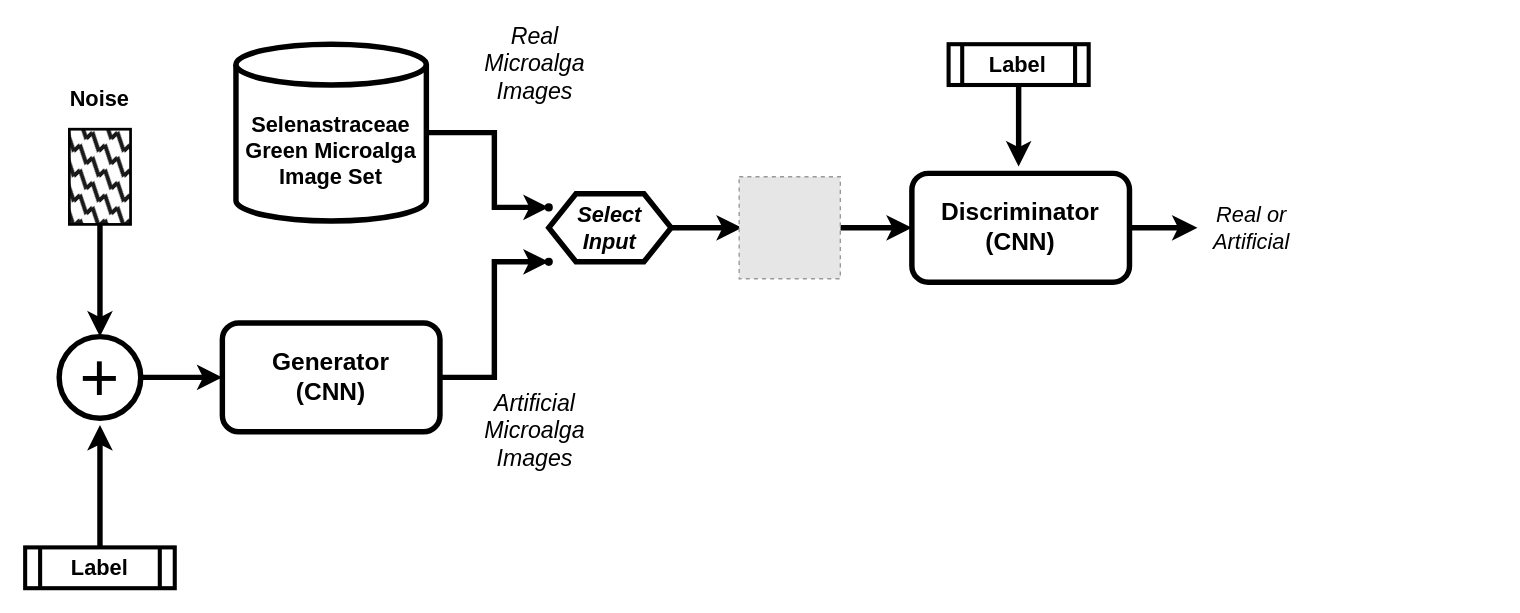
Earlier version of the draw.io diagram cgan.drawio (viniciusrpb/drawio_flowcharts). Source tidied: cells renumbered, new cells numbered last; positions are measured from the earlier drawing's top-left corner, leaving out a move shared by most shapes. Both pictures are drawn from the tidied source at 136%, with x=0, y=0 at pixel (24, 44). Pictures stored in the file or linked from it are replaced by grey dashed boxes.
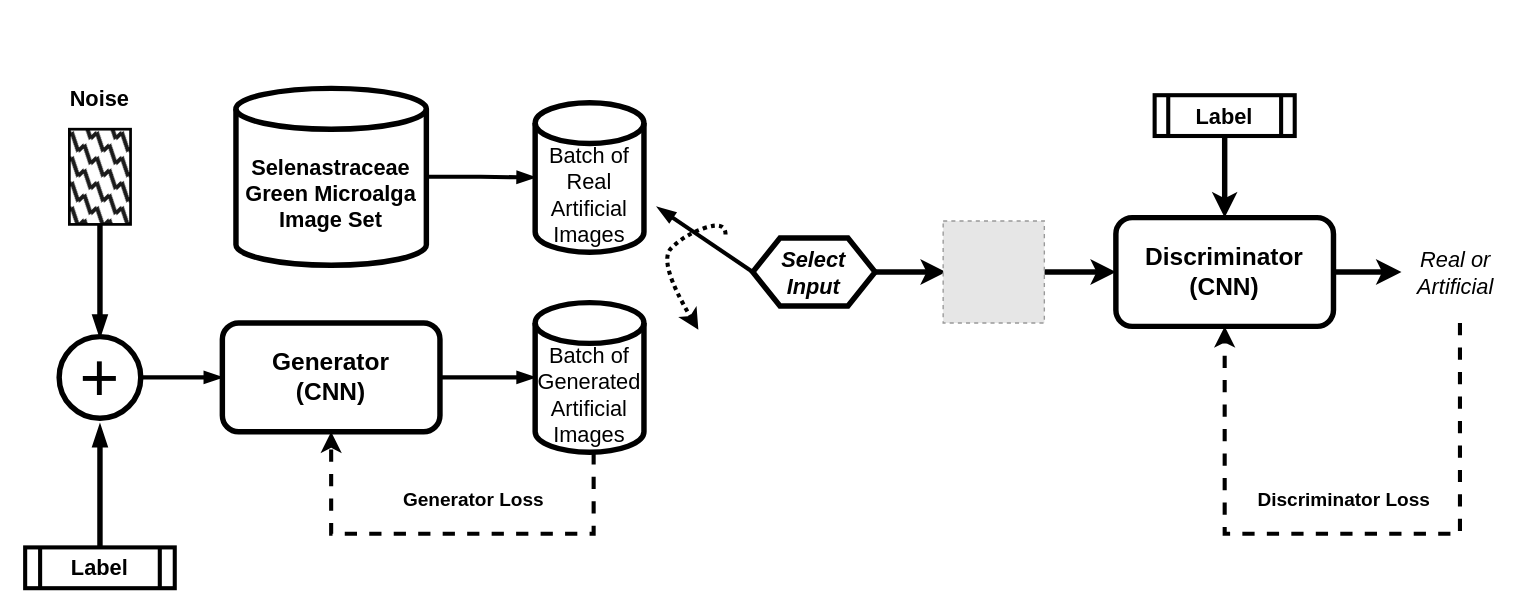
The same diagram, later.

The change refers to these unchanged cells:
```xml
<mxCell id="3" value="Generator&lt;div style=&quot;font-size: 18px;&quot;&gt;(CNN)&lt;/div&gt;" style="rounded=1;whiteSpace=wrap;html=1;fontSize=18;glass=0;strokeWidth=4;shadow=0;fontStyle=1;" parent="1" vertex="1">
  <mxGeometry x="145" y="205" width="160" height="80" as="geometry" />
</mxCell>
<mxCell id="7" style="rounded=0;whiteSpace=wrap;html=1;rotation=-90;strokeWidth=2;fillStyle=zigzag-line;gradientDirection=north;fillColor=#1A1A1A;" parent="1" vertex="1">
  <mxGeometry x="20" y="75" width="70" height="45" as="geometry" />
</mxCell>
<mxCell id="11" value="+" style="ellipse;whiteSpace=wrap;html=1;fontSize=50;strokeWidth=4;" parent="1" vertex="1">
  <mxGeometry x="25" y="215" width="60" height="60" as="geometry" />
</mxCell>
<mxCell id="18" value="Label" style="shape=process;whiteSpace=wrap;html=1;backgroundOutline=1;strokeWidth=3;fontSize=16;fontStyle=1;" parent="1" vertex="1">
  <mxGeometry y="370" width="110" height="30" as="geometry" />
</mxCell>
```

Change to the diagram source:
```diff
@@
-    <mxCell id="2" style="edgeStyle=orthogonalEdgeStyle;rounded=0;jettySize=auto;html=1;entryX=0;entryY=0.6;entryDx=0;entryDy=0;entryPerimeter=0;strokeWidth=4;" parent="1" edge="1" source="3" target="13">
-      <mxGeometry relative="1" as="geometry">
-        <Array as="points">
-          <mxPoint x="345" y="245" />
-          <mxPoint x="345" y="160" />
-        </Array>
-      </mxGeometry>
-    </mxCell>
@@
     <mxCell id="4" style="edgeStyle=orthogonalEdgeStyle;rounded=0;jettySize=auto;html=1;strokeWidth=4;" parent="1" edge="1" source="5">
       <mxGeometry relative="1" as="geometry">
-        <mxPoint x="862" y="135" as="targetPoint" />
+        <mxPoint x="1012" y="167.5" as="targetPoint" />
       </mxGeometry>
     </mxCell>
     <mxCell id="5" value="Discriminator&lt;div&gt;(CNN)&lt;/div&gt;" style="rounded=1;whiteSpace=wrap;html=1;fontSize=18;glass=0;strokeWidth=4;shadow=0;fontStyle=1;" parent="1" vertex="1">
-      <mxGeometry x="652" y="95" width="160" height="80" as="geometry" />
+      <mxGeometry x="802" y="127.5" width="160" height="80" as="geometry" />
     </mxCell>
-    <mxCell id="6" style="edgeStyle=orthogonalEdgeStyle;rounded=0;jettySize=auto;html=1;entryX=0.5;entryY=0;entryDx=0;entryDy=0;strokeWidth=4;" parent="1" edge="1" source="7" target="11">
+    <mxCell id="6" style="edgeStyle=orthogonalEdgeStyle;rounded=0;jettySize=auto;html=1;entryX=0.5;entryY=0;entryDx=0;entryDy=0;strokeWidth=4;endArrow=blockThin;endFill=1;" parent="1" edge="1" source="7" target="11">
       <mxGeometry relative="1" as="geometry" />
     </mxCell>
@@
     <mxCell id="9" value="Selenastraceae&lt;br&gt;Green Microalga&lt;br&gt;Image Set" style="shape=cylinder3;whiteSpace=wrap;html=1;boundedLbl=1;backgroundOutline=1;size=15;fontSize=16;strokeWidth=4;fontStyle=1;" parent="1" vertex="1">
-      <mxGeometry x="155" width="140" height="130" as="geometry" />
+      <mxGeometry x="155" y="32.5" width="140" height="130" as="geometry" />
     </mxCell>
-    <mxCell id="10" style="edgeStyle=orthogonalEdgeStyle;rounded=0;jettySize=auto;html=1;entryX=0;entryY=0.5;entryDx=0;entryDy=0;strokeWidth=4;" parent="1" edge="1" source="11" target="3">
+    <mxCell id="10" style="edgeStyle=orthogonalEdgeStyle;rounded=0;jettySize=auto;html=1;entryX=0;entryY=0.5;entryDx=0;entryDy=0;strokeWidth=3;endArrow=blockThin;endFill=1;" parent="1" edge="1" source="11" target="3">
       <mxGeometry relative="1" as="geometry" />
     </mxCell>
@@
-    <mxCell id="12" style="shape=waypoint;sketch=0;fillStyle=solid;size=6;points=[];fillColor=none;perimeter=centerPerimeter;snapToPoint=1;" parent="1" vertex="1">
-      <mxGeometry x="375" y="110" width="20" height="20" as="geometry" />
-    </mxCell>
-    <mxCell id="13" style="shape=waypoint;sketch=0;fillStyle=solid;size=6;points=[];fillColor=none;perimeter=centerPerimeter;snapToPoint=1;" parent="1" vertex="1">
-      <mxGeometry x="375" y="150" width="20" height="20" as="geometry" />
-    </mxCell>
-    <mxCell id="14" style="edgeStyle=orthogonalEdgeStyle;rounded=0;jettySize=auto;html=1;entryX=0.6;entryY=0.8;entryDx=0;entryDy=0;entryPerimeter=0;strokeWidth=4;" parent="1" edge="1" source="9" target="12">
-      <mxGeometry relative="1" as="geometry">
-        <Array as="points">
-          <mxPoint x="345" y="65" />
-          <mxPoint x="345" y="120" />
-        </Array>
-      </mxGeometry>
-    </mxCell>
-    <mxCell id="15" value="&lt;div&gt;Artificial&lt;/div&gt;Microalga Images" style="text;html=1;strokeColor=none;fillColor=none;align=center;verticalAlign=middle;whiteSpace=wrap;rounded=0;fontStyle=2;fontSize=17;" parent="1" vertex="1">
-      <mxGeometry x="325" y="270" width="100" height="30" as="geometry" />
-    </mxCell>
-    <mxCell id="16" value="Real Microalga Images" style="text;html=1;strokeColor=none;fillColor=none;align=center;verticalAlign=middle;whiteSpace=wrap;rounded=0;fontStyle=2;fontSize=17;" parent="1" vertex="1">
-      <mxGeometry x="325" width="100" height="30" as="geometry" />
-    </mxCell>
-    <mxCell id="17" style="edgeStyle=orthogonalEdgeStyle;rounded=0;jettySize=auto;html=1;strokeWidth=4;" parent="1" edge="1" source="18">
+    <mxCell id="17" style="edgeStyle=orthogonalEdgeStyle;rounded=0;jettySize=auto;html=1;strokeWidth=4;endArrow=blockThin;endFill=1;" parent="1" edge="1" source="18">
       <mxGeometry relative="1" as="geometry">
         <mxPoint x="55" y="280" as="targetPoint" />
       </mxGeometry>
     </mxCell>
@@
     <mxCell id="19" style="edgeStyle=orthogonalEdgeStyle;rounded=0;jettySize=auto;html=1;strokeWidth=4;" parent="1" edge="1" source="20">
       <mxGeometry relative="1" as="geometry">
-        <mxPoint x="730.5" y="90" as="targetPoint" />
+        <mxPoint x="882" y="127.5" as="targetPoint" />
       </mxGeometry>
     </mxCell>
     <mxCell id="20" value="Label" style="shape=process;whiteSpace=wrap;html=1;backgroundOutline=1;strokeWidth=3;fontSize=16;fontStyle=1;" parent="1" vertex="1">
-      <mxGeometry x="679" width="103" height="30" as="geometry" />
+      <mxGeometry x="830.5" y="37.5" width="103" height="30" as="geometry" />
     </mxCell>
     <mxCell id="21" style="edgeStyle=orthogonalEdgeStyle;rounded=0;jettySize=auto;html=1;entryX=0.5;entryY=0;entryDx=0;entryDy=0;strokeWidth=4;" parent="1" edge="1" source="22">
       <mxGeometry relative="1" as="geometry">
-        <mxPoint x="527" y="135" as="targetPoint" />
+        <mxPoint x="677" y="167.5" as="targetPoint" />
       </mxGeometry>
     </mxCell>
     <mxCell id="22" value="Select&lt;br style=&quot;font-size: 16px;&quot;&gt;Input" style="shape=hexagon;perimeter=hexagonPerimeter2;whiteSpace=wrap;html=1;fixedSize=1;strokeWidth=4;fontSize=16;fontStyle=3;" parent="1" vertex="1">
-      <mxGeometry x="385" y="110" width="90" height="50" as="geometry" />
+      <mxGeometry x="535" y="142.5" width="90" height="50" as="geometry" />
     </mxCell>
     <mxCell id="23" value="Real or Artificial" style="text;html=1;strokeColor=none;fillColor=none;align=center;verticalAlign=middle;whiteSpace=wrap;rounded=0;fontStyle=2;fontSize=16;" parent="1" vertex="1">
-      <mxGeometry x="872" y="120" width="60" height="30" as="geometry" />
+      <mxGeometry x="1022" y="152.5" width="60" height="30" as="geometry" />
     </mxCell>
@@
     <mxCell id="25" style="fillColor=#E6E6E6;strokeColor=#999999;dashed=1;verticalLabelPosition=bottom;labelBackgroundColor=default;verticalAlign=top;" parent="1" vertex="1">
-      <mxGeometry x="525" y="97.5" width="74.4" height="75" as="geometry" />
+      <mxGeometry x="675" y="130" width="74.4" height="75" as="geometry" />
     </mxCell>
+    <mxCell id="26" value="Batch of&lt;div&gt;Generated&lt;/div&gt;&lt;div&gt;Artificial Images&lt;/div&gt;" style="shape=cylinder3;whiteSpace=wrap;html=1;boundedLbl=1;backgroundOutline=1;size=15;fontSize=16;strokeWidth=4;fontStyle=0;" parent="1" vertex="1">
+      <mxGeometry x="375" y="190" width="80" height="110" as="geometry" />
+    </mxCell>
+    <mxCell id="27" style="edgeStyle=orthogonalEdgeStyle;rounded=0;jettySize=auto;html=1;entryX=0;entryY=0.5;entryDx=0;entryDy=0;entryPerimeter=0;strokeWidth=3;endArrow=blockThin;endFill=1;" parent="1" edge="1" source="3" target="26">
+      <mxGeometry relative="1" as="geometry" />
+    </mxCell>
+    <mxCell id="28" value="Batch of&lt;div&gt;Real&lt;/div&gt;&lt;div&gt;Artificial Images&lt;/div&gt;" style="shape=cylinder3;whiteSpace=wrap;html=1;boundedLbl=1;backgroundOutline=1;size=15;fontSize=16;strokeWidth=4;fontStyle=0;" parent="1" vertex="1">
+      <mxGeometry x="375" y="43" width="80" height="110" as="geometry" />
+    </mxCell>
+    <mxCell id="29" style="edgeStyle=orthogonalEdgeStyle;rounded=0;jettySize=auto;html=1;entryX=0;entryY=0.5;entryDx=0;entryDy=0;entryPerimeter=0;strokeWidth=3;endArrow=blockThin;endFill=1;" parent="1" edge="1" source="9" target="28">
+      <mxGeometry relative="1" as="geometry" />
+    </mxCell>
+    <mxCell id="30" style="endArrow=blockThin;html=1;rounded=0;exitX=0;exitY=0.5;exitDx=0;exitDy=0;endFill=1;strokeWidth=3;" parent="1" edge="1" source="22">
+      <mxGeometry relative="1" as="geometry">
+        <mxPoint x="465" y="120" as="targetPoint" />
+      </mxGeometry>
+    </mxCell>
+    <mxCell id="31" style="curved=1;endArrow=classic;html=1;rounded=0;dashed=1;dashPattern=1 1;strokeWidth=3;" parent="1" edge="1">
+      <mxGeometry relative="1" as="geometry">
+        <mxPoint x="515" y="140" as="sourcePoint" />
+        <mxPoint x="495" y="210" as="targetPoint" />
+        <Array as="points">
+          <mxPoint x="515" y="130" />
+          <mxPoint x="485" y="140" />
+          <mxPoint x="465" y="160" />
+        </Array>
+      </mxGeometry>
+    </mxCell>
+    <mxCell id="32" style="endArrow=classic;html=1;rounded=0;strokeWidth=3;dashed=1;entryX=0.5;entryY=1;entryDx=0;entryDy=0;" parent="1" edge="1" target="5">
+      <mxGeometry relative="1" as="geometry">
+        <mxPoint x="1055" y="205" as="sourcePoint" />
+        <Array as="points">
+          <mxPoint x="1055" y="360" />
+          <mxPoint x="882" y="360" />
+        </Array>
+      </mxGeometry>
+    </mxCell>
+    <mxCell id="33" value="Discriminator Loss" style="text;html=1;align=center;verticalAlign=middle;whiteSpace=wrap;rounded=0;fontSize=14;fontStyle=1;" parent="1" vertex="1">
+      <mxGeometry x="905" y="320" width="130" height="30" as="geometry" />
+    </mxCell>
+    <mxCell id="34" style="endArrow=classic;html=1;rounded=0;strokeWidth=3;dashed=1;entryX=0.5;entryY=1;entryDx=0;entryDy=0;" parent="1" edge="1" target="3">
+      <mxGeometry relative="1" as="geometry">
+        <mxPoint x="418" y="300" as="sourcePoint" />
+        <Array as="points">
+          <mxPoint x="418" y="360" />
+          <mxPoint x="225" y="360" />
+        </Array>
+      </mxGeometry>
+    </mxCell>
+    <mxCell id="35" value="Generator Loss" style="text;html=1;align=center;verticalAlign=middle;whiteSpace=wrap;rounded=0;fontSize=14;fontStyle=1;" parent="1" vertex="1">
+      <mxGeometry x="275" y="320" width="110" height="30" as="geometry" />
+    </mxCell>
```
